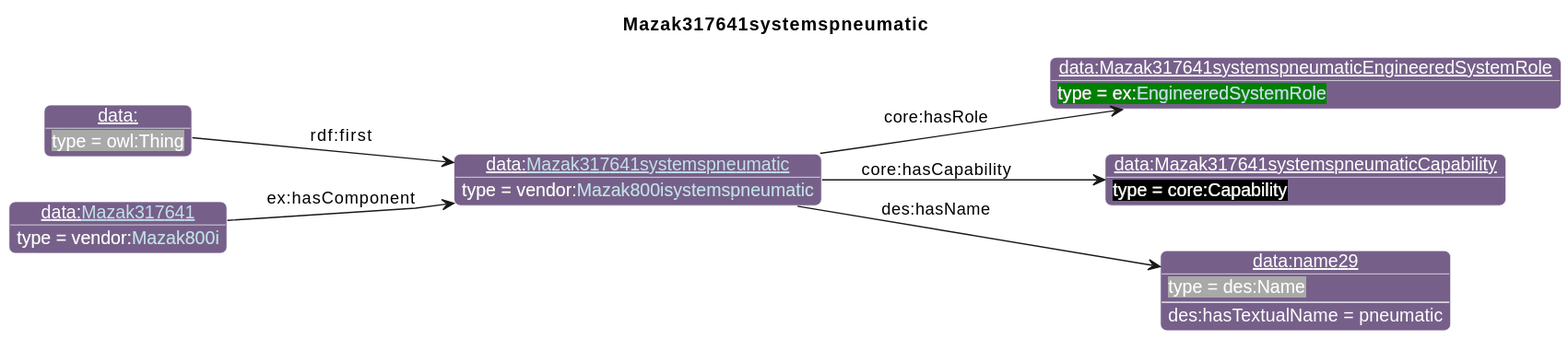
Above: diagrams/Mazak317641systemspneumatic.svg in iofoundry/example-syseng-mtconnect (PlantUML), before the change.
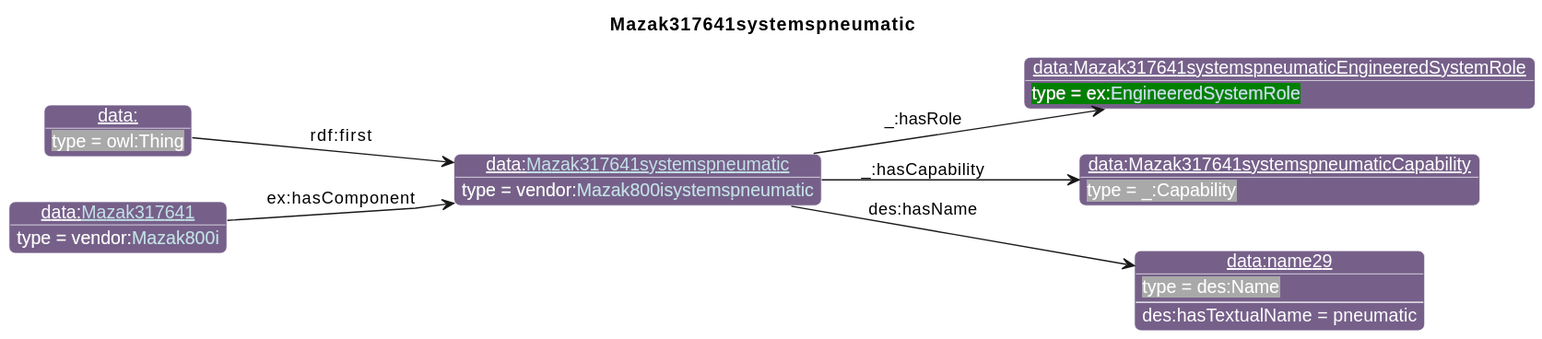
After the change.

Diff of the diagram source:
```diff
@@ -27,12 +27,12 @@
       }
 individual(o0, data:[[./Mazak317641systemspneumatic.html Mazak317641systemspneumatic]], vendor:[[../Mazak.html#Mazak800isystemspneumatic Mazak800isystemspneumatic]])
 individual(o1, data:Mazak317641systemspneumaticEngineeredSystemRole, ex:[[../Example.html#EngineeredSystemRole EngineeredSystemRole]])
-individual(o2, data:Mazak317641systemspneumaticCapability, core:Capability)
+individual(o2, data:Mazak317641systemspneumaticCapability, _:Capability)
 individual(o3, data:name29, des:Name)
 individual(o4, data:, owl:Thing)
 individual(o5, data:[[./Mazak317641.html Mazak317641]], vendor:[[../Mazak.html#Mazak800i Mazak800i]])
-property(o0, "core:hasRole", o1)
-property(o0, "core:hasCapability", o2)
+property(o0, "_:hasRole", o1)
+property(o0, "_:hasCapability", o2)
 property(o0, "des:hasName", o3)
 data(o3, "des:hasTextualName", "pneumatic")
 property(o4, "rdf:first", o0)
```
